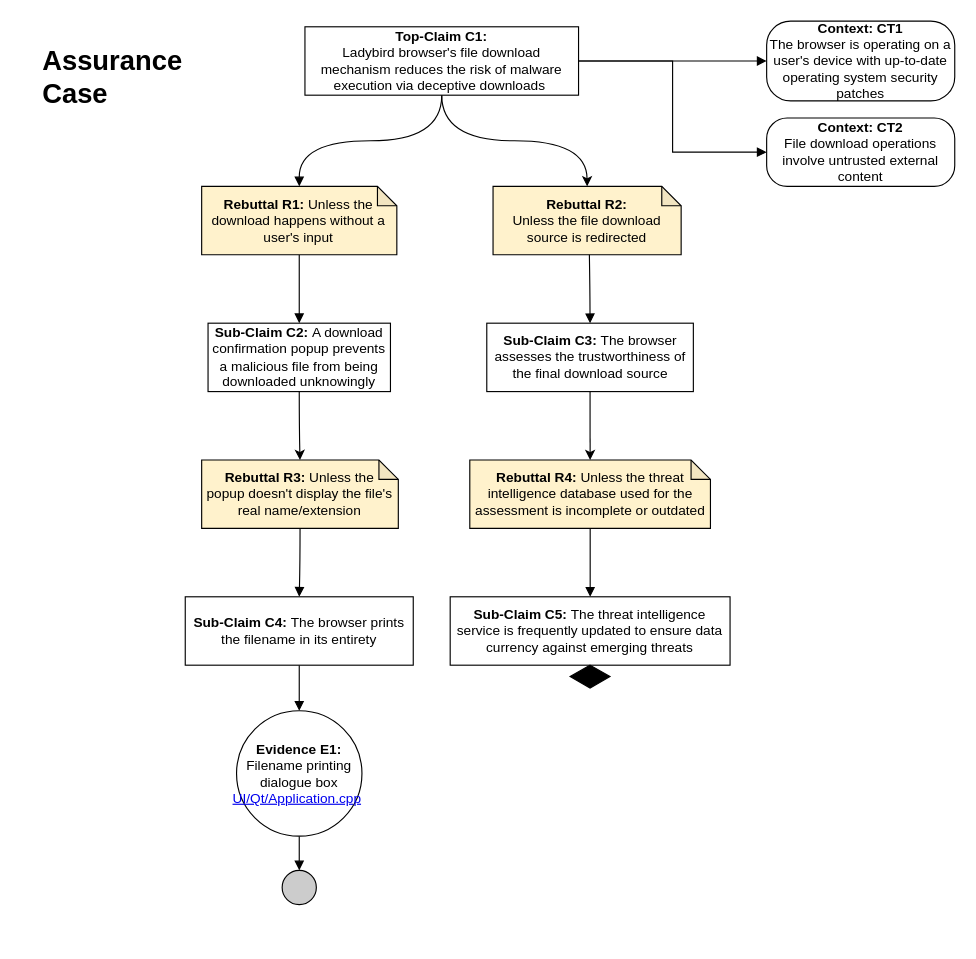
Earlier version of the draw.io diagram docs/assurance_cases/Filedownload_Assurance_Case.drawio (chauler/CYBR8420-Team5-Project). Source tidied: cells renumbered, new cells numbered last; positions are measured from the earlier drawing's top-left corner, leaving out a move shared by most shapes. Both pictures are drawn from the tidied source at 114%, with x=0, y=0 at pixel (36, 21).
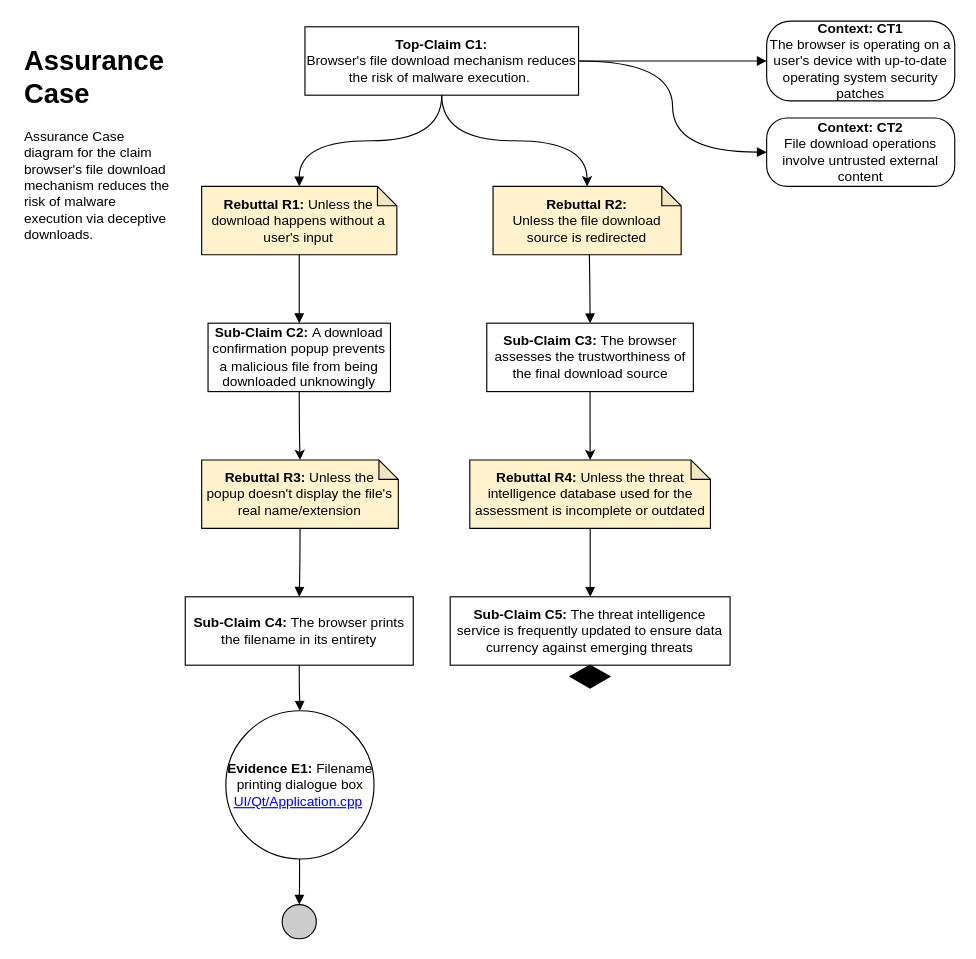
Above is the later version.

Unchanged cells that the change refers to:
```xml
<mxCell id="19" value="&lt;b&gt;Context: CT2&lt;/b&gt;&lt;br&gt;File download operations involve untrusted external content" style="rounded=1;whiteSpace=wrap;html=1;arcSize=30;" parent="1" vertex="1">
  <mxGeometry x="640" y="85" width="165" height="60" as="geometry" />
</mxCell>
```

What changed in the source:
```diff
@@
-    <mxCell id="2" value="&lt;h1&gt;Assurance Case&lt;/h1&gt;" style="text;html=1;strokeColor=none;fillColor=none;spacing=5;spacingTop=-20;whiteSpace=wrap;overflow=hidden;rounded=0;" parent="1" vertex="1">
-      <mxGeometry y="15" width="190" height="70" as="geometry" />
+    <mxCell id="2" value="&lt;h1&gt;Assurance Case&lt;/h1&gt;&lt;div&gt;Assurance Case diagram for the claim browser's file download mechanism reduces the risk of malware execution via deceptive downloads.&lt;/div&gt;" style="text;html=1;strokeColor=none;fillColor=none;spacing=5;spacingTop=-20;whiteSpace=wrap;overflow=hidden;rounded=0;" parent="1" vertex="1">
+      <mxGeometry x="-15.6" y="15" width="135.6" height="190" as="geometry" />
     </mxCell>
@@
     <mxCell id="15" style="ellipse;whiteSpace=wrap;html=1;fillColor=#CCCCCC;" parent="1" vertex="1">
-      <mxGeometry x="215" y="745" width="30" height="30" as="geometry" />
+      <mxGeometry x="215" y="775" width="30" height="30" as="geometry" />
     </mxCell>
     <mxCell id="16" value="&lt;div&gt;&lt;b&gt;Evidence E1: &lt;/b&gt;Filename printing dialogue box&lt;/div&gt;&lt;div&gt;&lt;a rel=&quot;noopener noreferrer&quot; target=&quot;_blank&quot; href=&quot;https://github.com/LadybirdBrowser/ladybird/blob/0e4450f4b3d674803b4152fffa2e548079737604/UI/Qt/Application.cpp#L147-L171&quot;&gt;UI/Qt/Application.cpp&lt;/a&gt;&amp;nbsp;&lt;/div&gt;" style="ellipse;whiteSpace=wrap;html=1;fillColor=#ffffff;rounded=0;" parent="1" vertex="1">
-      <mxGeometry x="175" y="605" width="110" height="110" as="geometry" />
+      <mxGeometry x="165.6" y="605" width="130" height="130" as="geometry" />
     </mxCell>
-    <mxCell id="17" value="&lt;b&gt;Top-Claim C1:&lt;br&gt;&lt;/b&gt;Ladybird browser's file download mechanism reduces the risk of malware execution via deceptive downloads&lt;b&gt;&amp;nbsp;&lt;/b&gt;" style="rounded=0;whiteSpace=wrap;html=1;" parent="1" vertex="1">
+    <mxCell id="17" value="&lt;b&gt;Top-Claim C1:&lt;br&gt;&lt;/b&gt;Browser's file download mechanism reduces the risk of malware execution.&lt;b&gt;&amp;nbsp;&lt;/b&gt;" style="rounded=0;whiteSpace=wrap;html=1;" parent="1" vertex="1">
       <mxGeometry x="235" y="5" width="240" height="60" as="geometry" />
     </mxCell>
-    <mxCell id="18" style="edgeStyle=orthogonalEdgeStyle;rounded=0;jettySize=auto;html=1;exitX=1;exitY=0.5;exitDx=0;exitDy=0;entryX=0;entryY=0.5;entryDx=0;entryDy=0;endArrow=block;endFill=1;" parent="1" edge="1" source="17" target="19">
+    <mxCell id="18" style="edgeStyle=orthogonalEdgeStyle;rounded=0;jettySize=auto;html=1;exitX=1;exitY=0.5;exitDx=0;exitDy=0;entryX=0;entryY=0.5;entryDx=0;entryDy=0;endArrow=block;endFill=1;curved=1;" parent="1" edge="1" source="17" target="19">
       <mxGeometry relative="1" as="geometry" />
     </mxCell>
```
